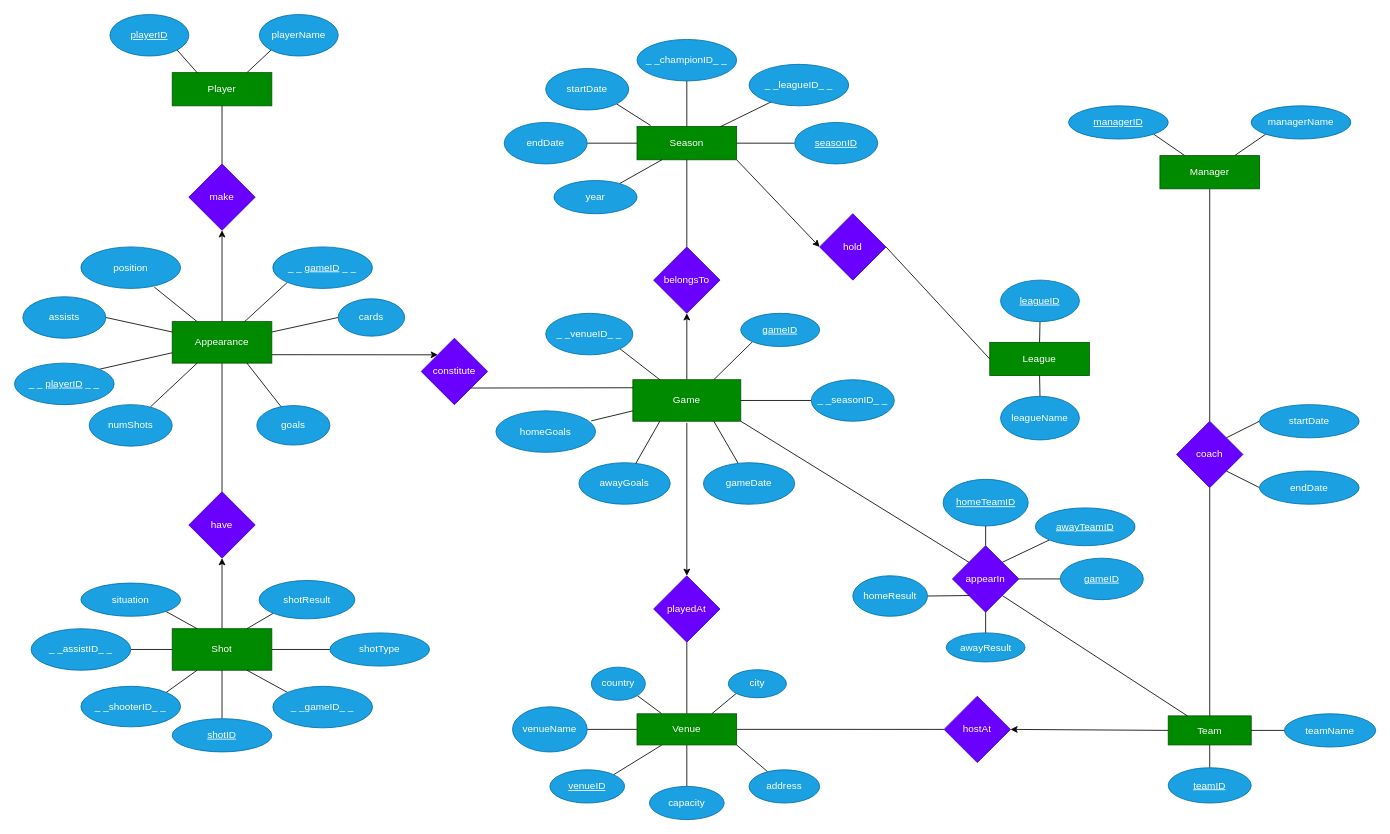
Earlier version of the draw.io diagram erdiagram.drawio (dgambone3/Soccer_Relational_Database). Source tidied: cells renumbered, new cells numbered last; positions are measured from the earlier drawing's top-left corner, leaving out a move shared by most shapes. Both pictures are drawn from the tidied source at 83%, with x=0, y=0 at pixel (14, 14).
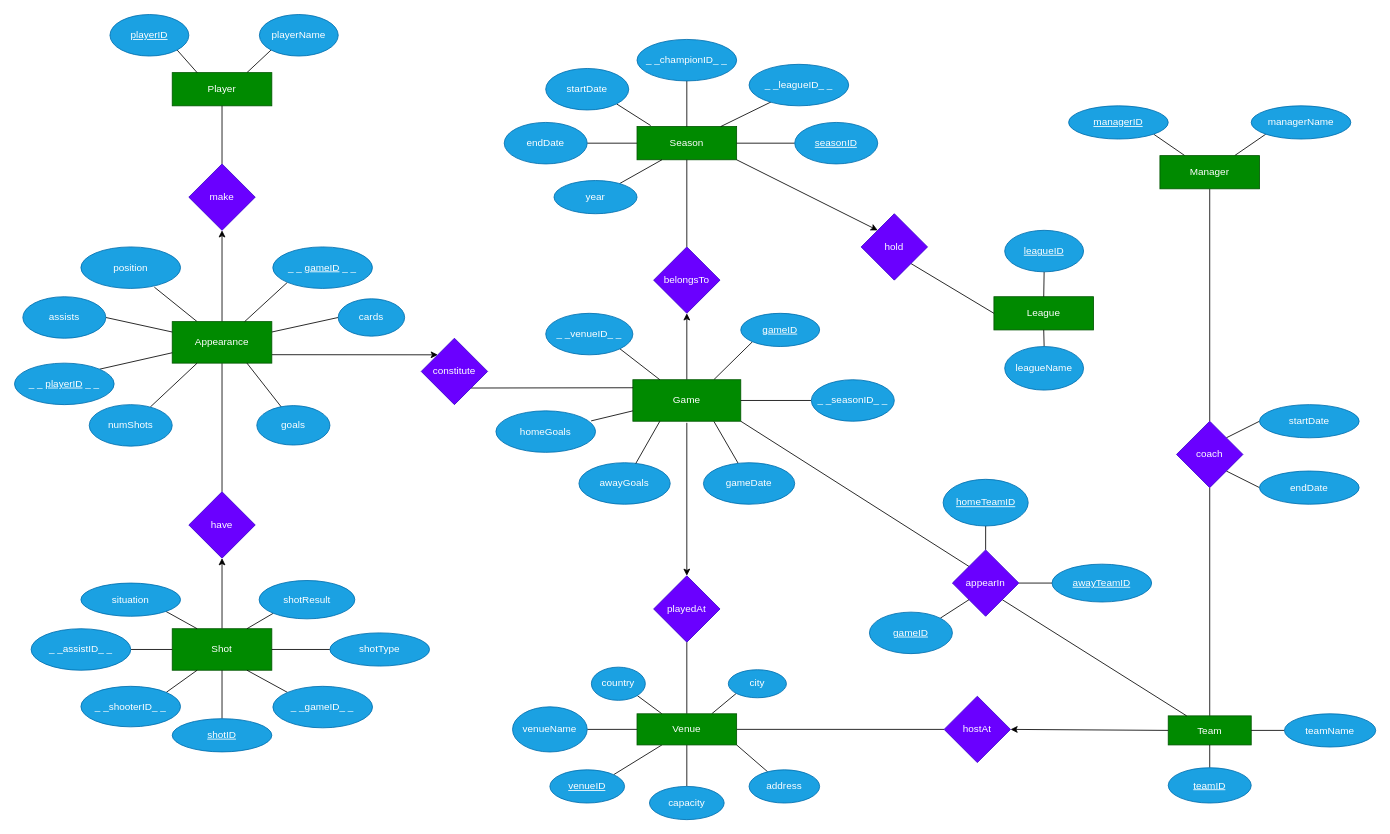
The same page after the edit.

Commit message (it also covers changes not shown here):
add to manager table. delete result from ER&schema

Unchanged cells that the change refers to:
```xml
<mxCell id="14" value="Game" style="rounded=0;whiteSpace=wrap;html=1;fillColor=#008a00;fontColor=#ffffff;strokeColor=#005700;" parent="1" vertex="1">
  <mxGeometry x="745" y="440" width="130" height="50" as="geometry" />
</mxCell>
<mxCell id="45" value="Season" style="whiteSpace=wrap;html=1;fillColor=#008a00;fontColor=#ffffff;strokeColor=#005700;" parent="1" vertex="1">
  <mxGeometry x="750" y="135" width="120" height="40" as="geometry" />
</mxCell>
```

Change to the diagram source:
```diff
@@
-    <mxCell id="12" style="edgeStyle=none;html=1;exitX=1;exitY=1;exitDx=0;exitDy=0;entryX=0;entryY=0;entryDx=0;entryDy=0;startArrow=none;startFill=0;endArrow=none;endFill=0;" parent="1" edge="1" source="14" target="59">
+    <mxCell id="12" style="edgeStyle=none;html=1;exitX=1;exitY=1;exitDx=0;exitDy=0;startArrow=none;startFill=0;endArrow=none;endFill=0;entryX=0;entryY=0;entryDx=0;entryDy=0;" parent="1" edge="1" source="14" target="59">
       <mxGeometry relative="1" as="geometry" />
     </mxCell>
@@
-    <mxCell id="19" style="edgeStyle=none;html=1;exitX=0;exitY=1;exitDx=0;exitDy=0;entryX=1;entryY=0;entryDx=0;entryDy=0;startArrow=none;startFill=0;endArrow=none;endFill=0;" parent="1" edge="1" source="20" target="59">
+    <mxCell id="19" style="edgeStyle=none;html=1;exitX=0;exitY=0.5;exitDx=0;exitDy=0;entryX=1;entryY=0.5;entryDx=0;entryDy=0;startArrow=none;startFill=0;endArrow=none;endFill=0;" parent="1" edge="1" source="20" target="59">
       <mxGeometry relative="1" as="geometry" />
     </mxCell>
     <mxCell id="20" value="&lt;u&gt;awayTeamID&lt;/u&gt;" style="ellipse;whiteSpace=wrap;html=1;fillColor=#1ba1e2;fontColor=#ffffff;strokeColor=#006EAF;" parent="1" vertex="1">
-      <mxGeometry x="1230" y="594.4" width="120" height="45.6" as="geometry" />
+      <mxGeometry x="1250" y="662.2" width="120" height="45.6" as="geometry" />
     </mxCell>
@@
     <mxCell id="22" value="League" style="rounded=0;whiteSpace=wrap;html=1;fillColor=#008a00;fontColor=#ffffff;strokeColor=#005700;" parent="1" vertex="1">
-      <mxGeometry x="1175" y="395" width="120" height="40" as="geometry" />
+      <mxGeometry x="1180" y="340" width="120" height="40" as="geometry" />
     </mxCell>
@@
     <mxCell id="24" value="&lt;u&gt;leagueID&lt;/u&gt;" style="ellipse;whiteSpace=wrap;html=1;fillColor=#1ba1e2;fontColor=#ffffff;strokeColor=#006EAF;" parent="1" vertex="1">
-      <mxGeometry x="1188" y="320" width="95" height="50" as="geometry" />
+      <mxGeometry x="1193" y="260" width="95" height="50" as="geometry" />
     </mxCell>
@@
     <mxCell id="26" value="leagueName" style="ellipse;whiteSpace=wrap;html=1;fillColor=#1ba1e2;fontColor=#ffffff;strokeColor=#006EAF;" parent="1" vertex="1">
-      <mxGeometry x="1188" y="460" width="95" height="52.5" as="geometry" />
+      <mxGeometry x="1193" y="400" width="95" height="52.5" as="geometry" />
     </mxCell>
@@
-    <mxCell id="42" style="edgeStyle=none;html=1;entryX=0;entryY=0.5;entryDx=0;entryDy=0;startArrow=none;startFill=0;endArrow=classic;endFill=1;exitX=1;exitY=1;exitDx=0;exitDy=0;" parent="1" edge="1" source="45" target="61">
+    <mxCell id="42" style="edgeStyle=none;html=1;entryX=0;entryY=0;entryDx=0;entryDy=0;startArrow=none;startFill=0;endArrow=classic;endFill=1;exitX=1;exitY=1;exitDx=0;exitDy=0;" parent="1" edge="1" source="45" target="61">
       <mxGeometry relative="1" as="geometry" />
     </mxCell>
@@
     <mxCell id="59" value="appearIn" style="rhombus;whiteSpace=wrap;html=1;fillColor=#6a00ff;fontColor=#ffffff;strokeColor=#3700CC;" parent="1" vertex="1">
-      <mxGeometry x="1130" y="640" width="80" height="80" as="geometry" />
+      <mxGeometry x="1130" y="645" width="80" height="80" as="geometry" />
     </mxCell>
-    <mxCell id="60" style="edgeStyle=none;html=1;exitX=1;exitY=0.5;exitDx=0;exitDy=0;entryX=0;entryY=0.5;entryDx=0;entryDy=0;startArrow=none;startFill=0;endArrow=none;endFill=0;" parent="1" edge="1" source="61" target="22">
+    <mxCell id="60" style="edgeStyle=none;html=1;exitX=1;exitY=1;exitDx=0;exitDy=0;startArrow=none;startFill=0;endArrow=none;endFill=0;entryX=0;entryY=0.5;entryDx=0;entryDy=0;" parent="1" edge="1" source="61" target="22">
       <mxGeometry relative="1" as="geometry" />
     </mxCell>
     <mxCell id="61" value="hold" style="rhombus;whiteSpace=wrap;html=1;fillColor=#6a00ff;fontColor=#ffffff;strokeColor=#3700CC;" parent="1" vertex="1">
-      <mxGeometry x="970" y="240" width="80" height="80" as="geometry" />
+      <mxGeometry x="1020" y="240" width="80" height="80" as="geometry" />
     </mxCell>
@@
-    <mxCell id="112" style="edgeStyle=none;html=1;exitX=1;exitY=0.5;exitDx=0;exitDy=0;entryX=0;entryY=1;entryDx=0;entryDy=0;endArrow=none;endFill=0;" parent="1" edge="1" source="113" target="59">
-      <mxGeometry relative="1" as="geometry" />
-    </mxCell>
-    <mxCell id="113" value="homeResult" style="ellipse;whiteSpace=wrap;html=1;fillColor=#1ba1e2;fontColor=#ffffff;strokeColor=#006EAF;" parent="1" vertex="1">
-      <mxGeometry x="1010" y="676.2" width="90" height="48.8" as="geometry" />
-    </mxCell>
-    <mxCell id="114" style="edgeStyle=none;html=1;exitX=0;exitY=0.5;exitDx=0;exitDy=0;entryX=1;entryY=0.5;entryDx=0;entryDy=0;endArrow=none;endFill=0;" parent="1" edge="1" source="115" target="59">
+    <mxCell id="114" style="edgeStyle=none;html=1;exitX=1;exitY=0;exitDx=0;exitDy=0;entryX=0;entryY=1;entryDx=0;entryDy=0;endArrow=none;endFill=0;" parent="1" edge="1" source="115" target="59">
       <mxGeometry relative="1" as="geometry" />
     </mxCell>
     <mxCell id="115" value="&lt;u&gt;gameID&lt;/u&gt;" style="ellipse;whiteSpace=wrap;html=1;fillColor=#1ba1e2;fontColor=#ffffff;strokeColor=#006EAF;" parent="1" vertex="1">
-      <mxGeometry x="1260" y="655" width="100" height="50" as="geometry" />
+      <mxGeometry x="1030" y="720" width="100" height="50" as="geometry" />
     </mxCell>
@@
-    <mxCell id="120" style="edgeStyle=none;html=1;exitX=0.5;exitY=0;exitDx=0;exitDy=0;entryX=0.5;entryY=1;entryDx=0;entryDy=0;endArrow=none;endFill=0;" parent="1" edge="1" source="121" target="59">
-      <mxGeometry relative="1" as="geometry" />
-    </mxCell>
-    <mxCell id="121" value="awayResult" style="ellipse;whiteSpace=wrap;html=1;fillColor=#1ba1e2;fontColor=#ffffff;strokeColor=#006EAF;" parent="1" vertex="1">
-      <mxGeometry x="1122.5" y="745" width="95" height="35" as="geometry" />
-    </mxCell>
```
